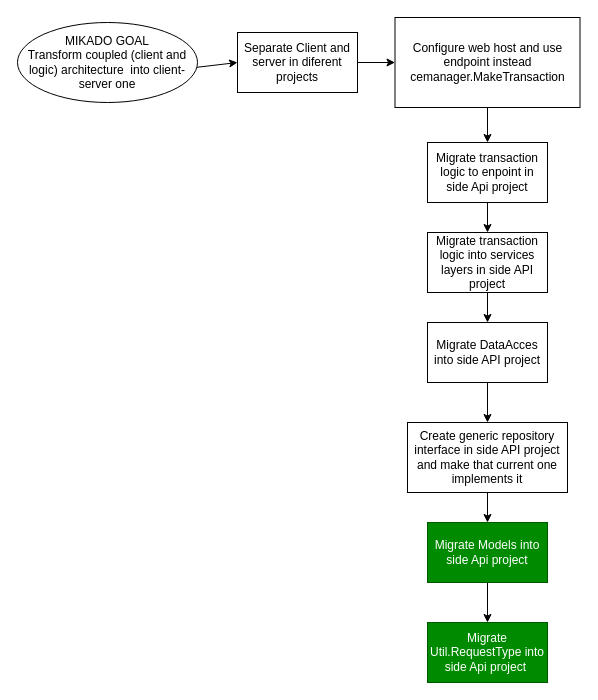
Above: Docs/Diagrams/refactor_to_client-server(MikadoGraph).drawio in Camilo716/Customized-Expense-Manager (draw.io), before the change. Source tidied: cells renumbered, new cells numbered last; positions are measured from the earlier drawing's top-left corner, leaving out a move shared by most shapes. Both pictures are drawn from the tidied source at 100%, with x=0, y=0 at pixel (17, 17).
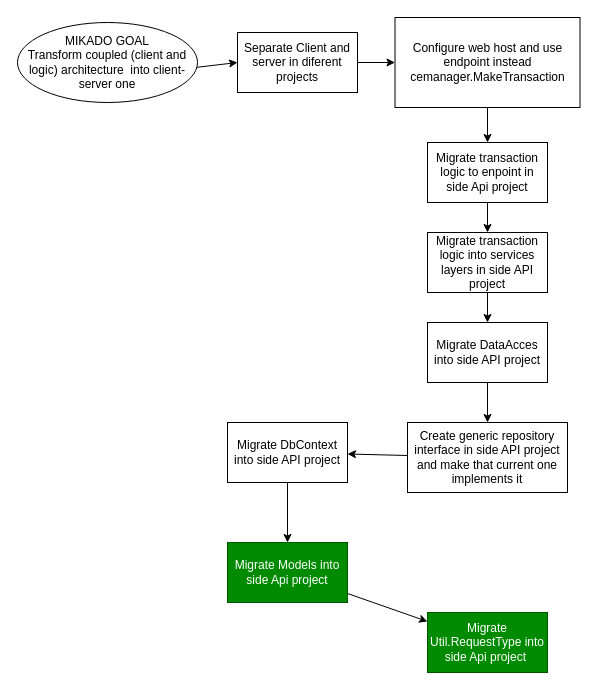
The same diagram, later.

Commit message (it also covers changes not shown here):
Migrate db context to new side API

Diff of the diagram source:
```diff
@@
     <mxCell id="9" value="Migrate Models into side Api project" style="whiteSpace=wrap;html=1;fillColor=#008a00;fontColor=#ffffff;strokeColor=#005700;" parent="1" vertex="1">
-      <mxGeometry x="410" y="505" width="120" height="60" as="geometry" />
+      <mxGeometry x="210" y="525" width="120" height="60" as="geometry" />
     </mxCell>
     <mxCell id="10" value="Migrate Util.RequestType into side Api project&amp;nbsp;" style="whiteSpace=wrap;html=1;fillColor=#008a00;fontColor=#ffffff;strokeColor=#005700;" parent="1" vertex="1">
-      <mxGeometry x="410" y="605" width="120" height="60" as="geometry" />
+      <mxGeometry x="410" y="595" width="120" height="60" as="geometry" />
     </mxCell>
@@
+    <mxCell id="19" style="edgeStyle=none;html=1;" parent="1" edge="1" source="18" target="17">
+      <mxGeometry relative="1" as="geometry" />
+    </mxCell>
+    <mxCell id="18" value="Create generic repository interface in side API project and make that current one implements it" style="whiteSpace=wrap;html=1;" parent="1" vertex="1">
+      <mxGeometry x="390" y="405" width="160" height="70" as="geometry" />
+    </mxCell>
+    <mxCell id="20" style="edgeStyle=none;html=1;" parent="1" edge="1" source="17" target="9">
+      <mxGeometry relative="1" as="geometry" />
+    </mxCell>
-    <mxCell id="17" style="edgeStyle=none;html=1;" parent="1" edge="1" source="18" target="9">
-      <mxGeometry relative="1" as="geometry" />
+    <mxCell id="17" value="Migrate DbContext into side API project" style="whiteSpace=wrap;html=1;" parent="1" vertex="1">
+      <mxGeometry x="210" y="405" width="120" height="60" as="geometry" />
     </mxCell>
-    <mxCell id="18" value="Create generic repository interface in side API project and make that current one implements it" style="whiteSpace=wrap;html=1;" parent="1" vertex="1">
-      <mxGeometry x="390" y="405" width="160" height="70" as="geometry" />
-    </mxCell>
```
